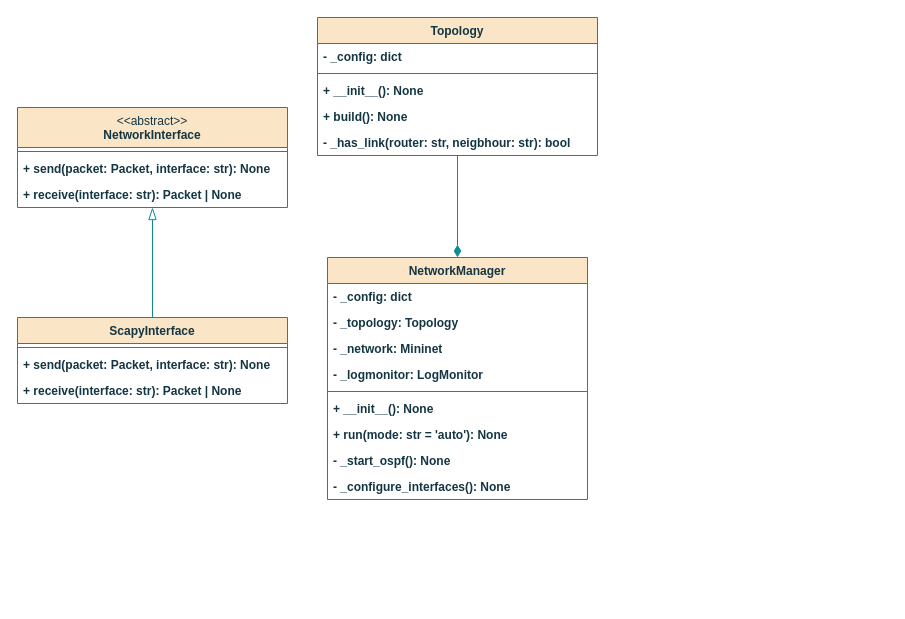
Earlier version of the draw.io diagram page "network_osztalydiagram" (3 of 10) of documentation/abrak.drawio (x3gan/thesis). Source tidied: cells renumbered, new cells numbered last; positions are measured from the earlier drawing's top-left corner, leaving out a move shared by most shapes. Both pictures are drawn from the tidied source at 100%, with x=0, y=0 at pixel (17, 17).
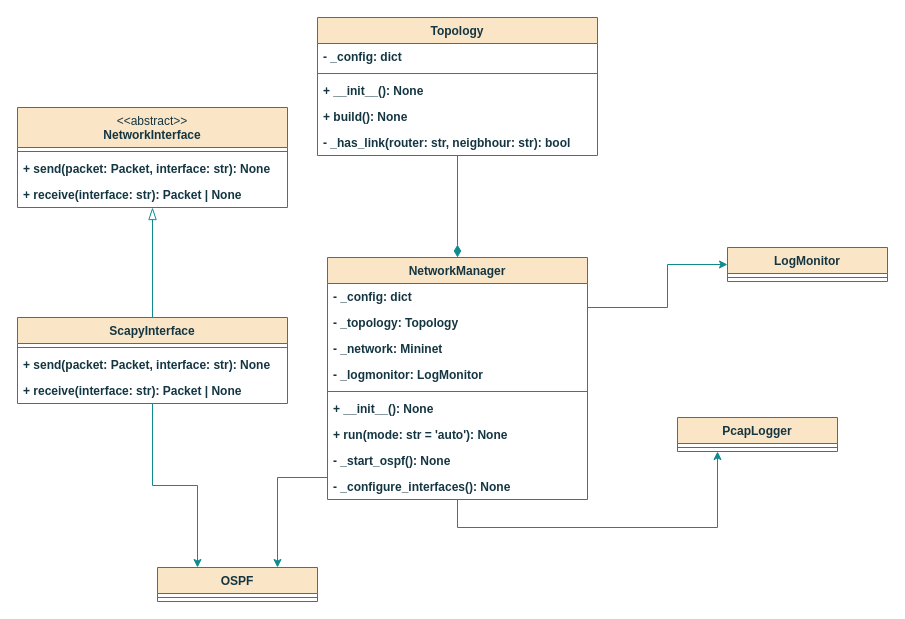
After the change.

Unchanged cells that the change refers to:
```xml
<mxCell id="7" value="ScapyInterface" style="swimlane;fontStyle=1;align=center;verticalAlign=top;horizontal=1;startSize=26;whiteSpace=wrap;html=1;strokeColor=#0F8B8D;fontFamily=Helvetica;fontSize=12;fontColor=#143642;labelBackgroundColor=none;fillColor=#FAE5C7;" parent="1" vertex="1">
  <mxGeometry y="300" width="270" height="86" as="geometry" />
</mxCell>
<mxCell id="18" value="NetworkManager" style="swimlane;fontStyle=1;align=center;verticalAlign=top;horizontal=1;startSize=26;whiteSpace=wrap;html=1;strokeColor=#0F8B8D;fontFamily=Helvetica;fontSize=12;fontColor=#143642;labelBackgroundColor=none;fillColor=#FAE5C7;" parent="1" vertex="1">
  <mxGeometry x="310" y="240" width="260" height="242" as="geometry" />
</mxCell>
```

Change to the diagram source:
```diff
@@
+    <mxCell id="28" style="edgeStyle=orthogonalEdgeStyle;rounded=0;jettySize=auto;html=1;entryX=0.25;entryY=0;entryDx=0;entryDy=0;strokeColor=#0F8B8D;align=center;verticalAlign=top;fontFamily=Helvetica;fontSize=12;fontColor=#143642;fontStyle=1;labelBackgroundColor=none;horizontal=1;startSize=26;fillColor=#FAE5C7;" parent="1" edge="1" source="7" target="32">
+      <mxGeometry relative="1" as="geometry" />
+    </mxCell>
@@
+    <mxCell id="29" style="edgeStyle=orthogonalEdgeStyle;rounded=0;jettySize=auto;html=1;entryX=0.75;entryY=0;entryDx=0;entryDy=0;strokeColor=#0F8B8D;align=center;verticalAlign=top;fontFamily=Helvetica;fontSize=12;fontColor=#143642;fontStyle=1;labelBackgroundColor=none;horizontal=1;startSize=26;fillColor=#FAE5C7;" parent="1" edge="1" source="18" target="32">
+      <mxGeometry relative="1" as="geometry">
+        <Array as="points">
+          <mxPoint x="260" y="460" />
+        </Array>
+      </mxGeometry>
+    </mxCell>
+    <mxCell id="30" style="edgeStyle=orthogonalEdgeStyle;rounded=0;jettySize=auto;html=1;entryX=0.25;entryY=1;entryDx=0;entryDy=0;strokeColor=#0F8B8D;align=center;verticalAlign=top;fontFamily=Helvetica;fontSize=12;fontColor=#143642;fontStyle=1;labelBackgroundColor=none;horizontal=1;startSize=26;fillColor=#FAE5C7;" parent="1" edge="1" source="18" target="34">
+      <mxGeometry relative="1" as="geometry">
+        <Array as="points">
+          <mxPoint x="440" y="510" />
+          <mxPoint x="700" y="510" />
+        </Array>
+      </mxGeometry>
+    </mxCell>
+    <mxCell id="31" style="edgeStyle=orthogonalEdgeStyle;rounded=0;jettySize=auto;html=1;entryX=0;entryY=0.5;entryDx=0;entryDy=0;strokeColor=#0F8B8D;align=center;verticalAlign=top;fontFamily=Helvetica;fontSize=12;fontColor=#143642;fontStyle=1;labelBackgroundColor=none;horizontal=1;startSize=26;fillColor=#FAE5C7;" parent="1" edge="1" source="18" target="36">
+      <mxGeometry relative="1" as="geometry">
+        <Array as="points">
+          <mxPoint x="650" y="290" />
+          <mxPoint x="650" y="247" />
+        </Array>
+      </mxGeometry>
+    </mxCell>
@@
+    <mxCell id="32" value="OSPF" style="swimlane;fontStyle=1;align=center;verticalAlign=top;horizontal=1;startSize=26;whiteSpace=wrap;html=1;strokeColor=#0F8B8D;fontFamily=Helvetica;fontSize=12;fontColor=#143642;labelBackgroundColor=none;fillColor=#FAE5C7;" parent="1" vertex="1">
+      <mxGeometry x="140" y="550" width="160" height="34" as="geometry" />
+    </mxCell>
+    <mxCell id="33" style="line;strokeWidth=1;fillColor=#FAE5C7;align=center;verticalAlign=top;spacingTop=-1;spacingLeft=3;spacingRight=3;labelPosition=right;strokeColor=#0F8B8D;fontFamily=Helvetica;fontSize=12;fontColor=#143642;fontStyle=1;labelBackgroundColor=none;horizontal=1;" parent="32" vertex="1">
+      <mxGeometry y="26" width="160" height="8" as="geometry" />
+    </mxCell>
+    <mxCell id="34" value="PcapLogger" style="swimlane;fontStyle=1;align=center;verticalAlign=top;horizontal=1;startSize=26;whiteSpace=wrap;html=1;strokeColor=#0F8B8D;fontFamily=Helvetica;fontSize=12;fontColor=#143642;labelBackgroundColor=none;fillColor=#FAE5C7;" parent="1" vertex="1">
+      <mxGeometry x="660" y="400" width="160" height="34" as="geometry" />
+    </mxCell>
+    <mxCell id="35" style="line;strokeWidth=1;fillColor=#FAE5C7;align=center;verticalAlign=top;spacingTop=-1;spacingLeft=3;spacingRight=3;labelPosition=right;strokeColor=#0F8B8D;fontFamily=Helvetica;fontSize=12;fontColor=#143642;fontStyle=1;labelBackgroundColor=none;horizontal=1;" parent="34" vertex="1">
+      <mxGeometry y="26" width="160" height="8" as="geometry" />
+    </mxCell>
+    <mxCell id="36" value="LogMonitor" style="swimlane;fontStyle=1;align=center;verticalAlign=top;horizontal=1;startSize=26;whiteSpace=wrap;html=1;strokeColor=#0F8B8D;fontFamily=Helvetica;fontSize=12;fontColor=#143642;labelBackgroundColor=none;fillColor=#FAE5C7;" parent="1" vertex="1">
+      <mxGeometry x="710" y="230" width="160" height="34" as="geometry" />
+    </mxCell>
+    <mxCell id="37" style="line;strokeWidth=1;fillColor=#FAE5C7;align=center;verticalAlign=top;spacingTop=-1;spacingLeft=3;spacingRight=3;labelPosition=right;strokeColor=#0F8B8D;fontFamily=Helvetica;fontSize=12;fontColor=#143642;fontStyle=1;labelBackgroundColor=none;horizontal=1;" parent="36" vertex="1">
+      <mxGeometry y="26" width="160" height="8" as="geometry" />
+    </mxCell>
```
